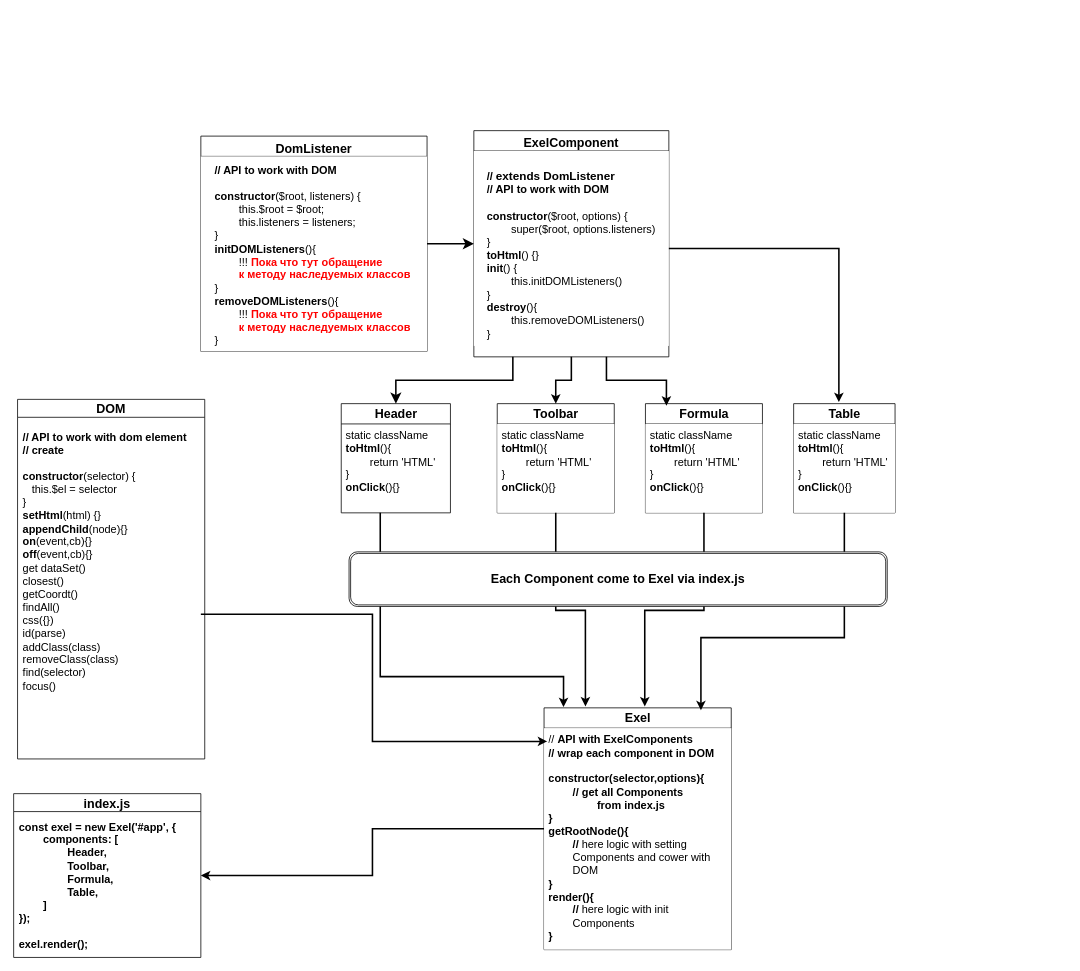
Above: Exel architec.drawio in BilionIevgeniy/exel-native (draw.io), before the change. Source tidied: cells renumbered, new cells numbered last; positions are measured from the earlier drawing's top-left corner, leaving out a move shared by most shapes. Both pictures are drawn from the tidied source at 78%, with x=0, y=0 at pixel (13, 130).
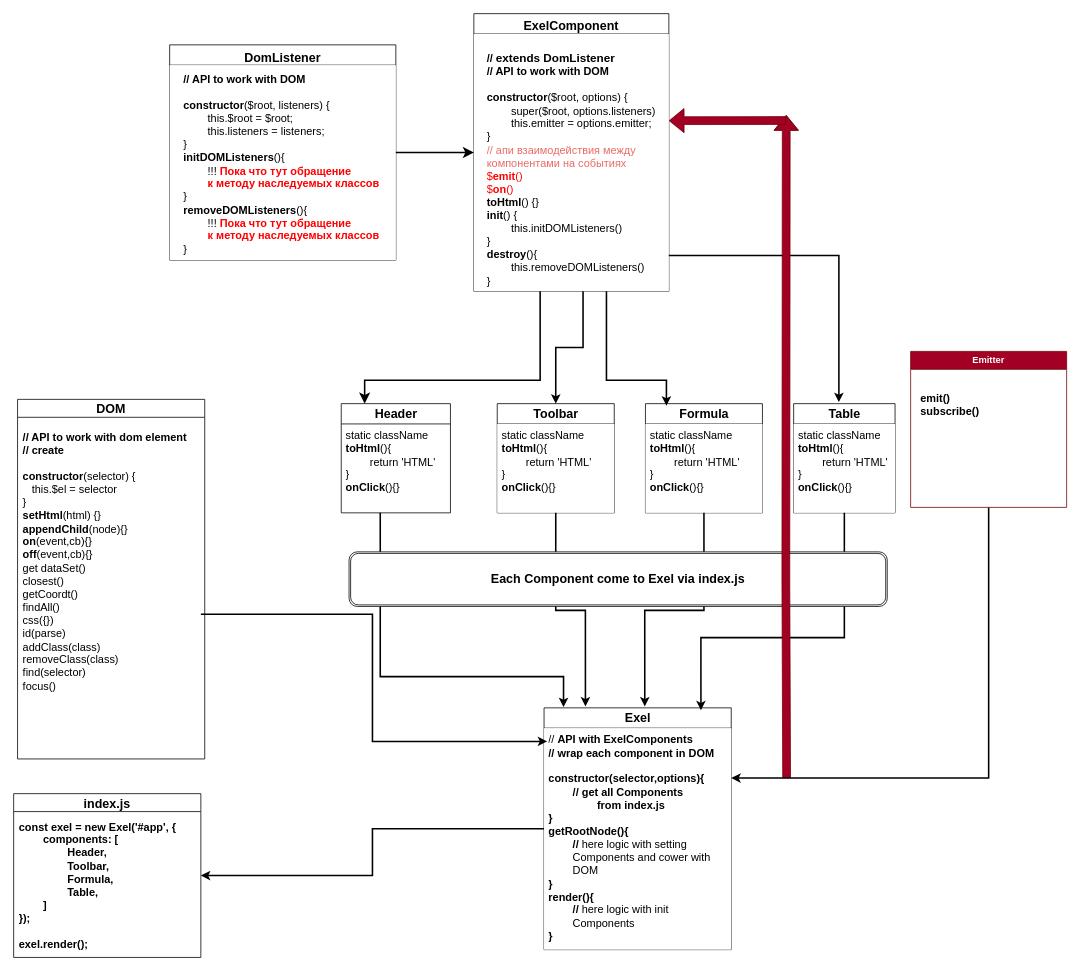
After the change.

The change refers to these unchanged cells:
```xml
<mxCell id="10" value="&lt;b&gt;&lt;font style=&quot;font-size: 16px;&quot;&gt;Exel&lt;/font&gt;&lt;/b&gt;" style="swimlane;fontStyle=0;horizontal=1;startSize=26;fillColor=none;html=1;" parent="1" vertex="1">
  <mxGeometry x="680" y="740" width="240" height="310" as="geometry" />
</mxCell>
<mxCell id="14" value="&lt;font style=&quot;font-size: 16px;&quot;&gt;&lt;b&gt;Header&lt;/b&gt;&lt;/font&gt;" style="swimlane;fontStyle=0;horizontal=1;startSize=26;fillColor=none;html=1;" parent="1" vertex="1">
  <mxGeometry x="420" y="350" width="140" height="140" as="geometry" />
</mxCell>
<mxCell id="16" value="&lt;span style=&quot;font-size: 16px;&quot;&gt;&lt;b&gt;Toolbar&lt;/b&gt;&lt;/span&gt;" style="swimlane;fontStyle=0;horizontal=1;startSize=26;fillColor=none;html=1;" parent="1" vertex="1">
  <mxGeometry x="620" y="350" width="150" height="140" as="geometry" />
</mxCell>
<mxCell id="20" value="&lt;span style=&quot;font-size: 16px;&quot;&gt;&lt;b&gt;Table&lt;/b&gt;&lt;/span&gt;" style="swimlane;fontStyle=0;horizontal=1;startSize=26;fillColor=none;html=1;" parent="1" vertex="1">
  <mxGeometry x="1000" y="350" width="130" height="140" as="geometry" />
</mxCell>
```

What changed in the source:
```diff
@@
     <mxCell id="2" value="DomListener" style="swimlane;fontStyle=1;align=center;verticalAlign=top;horizontal=1;startSize=26;rounded=0;shadow=0;strokeWidth=1;fontSize=16;spacingTop=0;" parent="1" vertex="1">
-      <mxGeometry x="240" y="7" width="290" height="276" as="geometry" />
+      <mxGeometry x="200" y="-110" width="290" height="276" as="geometry" />
     </mxCell>
@@
     <mxCell id="4" value="ExelComponent" style="swimlane;fontStyle=1;align=center;verticalAlign=top;horizontal=1;startSize=26;rounded=0;shadow=0;strokeWidth=1;fontSize=16;strokeColor=default;glass=0;labelBackgroundColor=none;labelBorderColor=none;gradientColor=none;" parent="1" vertex="1">
-      <mxGeometry x="590" width="250" height="290" as="geometry" />
+      <mxGeometry x="590" y="-150" width="250" height="356" as="geometry" />
     </mxCell>
-    <mxCell id="5" value="&lt;div style=&quot;font-size: 14px;&quot;&gt;&lt;b&gt;&lt;br&gt;&lt;/b&gt;&lt;/div&gt;&lt;div style=&quot;font-size: 14px;&quot;&gt;&lt;b&gt;//&amp;nbsp;&lt;/b&gt;&lt;span style=&quot;font-size: 15px; font-weight: 700; background-color: transparent; color: light-dark(rgb(0, 0, 0), rgb(255, 255, 255));&quot;&gt;extends DomListener&lt;/span&gt;&lt;/div&gt;&lt;div style=&quot;font-size: 14px;&quot;&gt;&lt;b&gt;// API to work with DOM&lt;/b&gt;&lt;/div&gt;&lt;div style=&quot;font-size: 14px;&quot;&gt;&lt;b&gt;&lt;br&gt;&lt;/b&gt;&lt;/div&gt;&lt;b style=&quot;font-size: 14px;&quot;&gt;constructor&lt;/b&gt;&lt;span style=&quot;font-size: 14px;&quot;&gt;($root, options) {&lt;/span&gt;&lt;div style=&quot;font-size: 14px;&quot;&gt;&lt;span style=&quot;white-space-collapse: preserve;&quot;&gt;&#9;&lt;/span&gt;super($root, options.listeners)&lt;/div&gt;&lt;div style=&quot;font-size: 14px;&quot;&gt;&lt;span style=&quot;background-color: transparent; color: light-dark(rgb(0, 0, 0), rgb(255, 255, 255));&quot;&gt;}&lt;/span&gt;&lt;/div&gt;&lt;div style=&quot;font-size: 14px;&quot;&gt;&lt;span style=&quot;background-color: transparent; color: light-dark(rgb(0, 0, 0), rgb(255, 255, 255));&quot;&gt;&lt;b&gt;toHtml&lt;/b&gt;() {}&lt;/span&gt;&lt;/div&gt;&lt;div style=&quot;font-size: 14px;&quot;&gt;&lt;span style=&quot;background-color: transparent; color: light-dark(rgb(0, 0, 0), rgb(255, 255, 255));&quot;&gt;&lt;b&gt;init&lt;/b&gt;() {&lt;/span&gt;&lt;/div&gt;&lt;div style=&quot;font-size: 14px;&quot;&gt;&lt;span style=&quot;background-color: transparent; color: light-dark(rgb(0, 0, 0), rgb(255, 255, 255));&quot;&gt;&lt;span style=&quot;white-space: pre;&quot;&gt;&#9;&lt;/span&gt;this.initDOMListeners()&lt;br&gt;&lt;/span&gt;&lt;/div&gt;&lt;div style=&quot;font-size: 14px;&quot;&gt;&lt;span style=&quot;background-color: transparent; color: light-dark(rgb(0, 0, 0), rgb(255, 255, 255));&quot;&gt;}&lt;/span&gt;&lt;/div&gt;&lt;div style=&quot;font-size: 14px;&quot;&gt;&lt;span style=&quot;background-color: transparent; color: light-dark(rgb(0, 0, 0), rgb(255, 255, 255));&quot;&gt;&lt;b&gt;destroy&lt;/b&gt;(){&lt;/span&gt;&lt;/div&gt;&lt;div style=&quot;font-size: 14px;&quot;&gt;&lt;span style=&quot;background-color: transparent; color: light-dark(rgb(0, 0, 0), rgb(255, 255, 255));&quot;&gt;&lt;span style=&quot;white-space: pre;&quot;&gt;&#9;&lt;/span&gt;this.removeDOMListeners()&lt;br&gt;&lt;/span&gt;&lt;/div&gt;&lt;div style=&quot;font-size: 14px;&quot;&gt;&lt;span style=&quot;background-color: transparent; color: light-dark(rgb(0, 0, 0), rgb(255, 255, 255));&quot;&gt;}&lt;/span&gt;&lt;/div&gt;" style="text;html=1;align=left;verticalAlign=middle;points=[];strokeColor=none;fillColor=default;spacingLeft=15;" parent="4" vertex="1">
-      <mxGeometry y="26" width="250" height="250" as="geometry" />
+    <mxCell id="5" value="&lt;div style=&quot;font-size: 14px;&quot;&gt;&lt;b&gt;&lt;br&gt;&lt;/b&gt;&lt;/div&gt;&lt;div style=&quot;font-size: 14px;&quot;&gt;&lt;b&gt;//&amp;nbsp;&lt;/b&gt;&lt;span style=&quot;font-size: 15px; font-weight: 700; background-color: transparent; color: light-dark(rgb(0, 0, 0), rgb(255, 255, 255));&quot;&gt;extends DomListener&lt;/span&gt;&lt;/div&gt;&lt;div style=&quot;font-size: 14px;&quot;&gt;&lt;b&gt;// API to work with DOM&lt;/b&gt;&lt;/div&gt;&lt;div style=&quot;font-size: 14px;&quot;&gt;&lt;b&gt;&lt;br&gt;&lt;/b&gt;&lt;/div&gt;&lt;b style=&quot;font-size: 14px;&quot;&gt;constructor&lt;/b&gt;&lt;span style=&quot;font-size: 14px;&quot;&gt;($root, options) {&lt;/span&gt;&lt;div style=&quot;font-size: 14px;&quot;&gt;&lt;span style=&quot;white-space-collapse: preserve;&quot;&gt;&#9;&lt;/span&gt;super($root, options.listeners)&lt;/div&gt;&lt;div style=&quot;font-size: 14px;&quot;&gt;&lt;span style=&quot;white-space: pre;&quot;&gt;&#9;&lt;/span&gt;this.emitter = options.emitter;&lt;br&gt;&lt;/div&gt;&lt;div style=&quot;font-size: 14px;&quot;&gt;&lt;span style=&quot;background-color: transparent; color: light-dark(rgb(0, 0, 0), rgb(255, 255, 255));&quot;&gt;}&lt;/span&gt;&lt;/div&gt;&lt;div style=&quot;font-size: 14px;&quot;&gt;&lt;font style=&quot;color: rgb(234, 107, 102);&quot;&gt;&lt;span style=&quot;background-color: transparent;&quot;&gt;// &lt;/span&gt;&lt;span style=&quot;background-color: transparent;&quot;&gt;&lt;font&gt;апи взаимодействия между&amp;nbsp;&lt;/font&gt;&lt;/span&gt;&lt;/font&gt;&lt;/div&gt;&lt;div style=&quot;font-size: 14px;&quot;&gt;&lt;span style=&quot;background-color: transparent;&quot;&gt;&lt;font style=&quot;color: rgb(234, 107, 102);&quot;&gt;компонентами на событиях&lt;/font&gt;&lt;/span&gt;&lt;/div&gt;&lt;div style=&quot;font-size: 14px;&quot;&gt;&lt;span style=&quot;background-color: transparent;&quot;&gt;&lt;font style=&quot;color: light-dark(rgb(255, 0, 0), rgb(255, 255, 255));&quot;&gt;$&lt;/font&gt;&lt;b style=&quot;&quot;&gt;&lt;font style=&quot;color: light-dark(rgb(255, 0, 0), rgb(255, 255, 255));&quot;&gt;emit&lt;/font&gt;&lt;/b&gt;&lt;font style=&quot;color: light-dark(rgb(255, 0, 0), rgb(255, 255, 255));&quot;&gt;()&lt;/font&gt;&lt;/span&gt;&lt;/div&gt;&lt;div style=&quot;font-size: 14px;&quot;&gt;&lt;span style=&quot;background-color: transparent;&quot;&gt;&lt;font style=&quot;color: light-dark(rgb(255, 0, 0), rgb(255, 255, 255));&quot;&gt;$&lt;/font&gt;&lt;b style=&quot;&quot;&gt;&lt;font style=&quot;color: light-dark(rgb(255, 0, 0), rgb(255, 255, 255));&quot;&gt;on&lt;/font&gt;&lt;/b&gt;&lt;font style=&quot;color: light-dark(rgb(255, 0, 0), rgb(255, 255, 255));&quot;&gt;()&lt;/font&gt;&lt;/span&gt;&lt;/div&gt;&lt;div style=&quot;font-size: 14px;&quot;&gt;&lt;span style=&quot;background-color: transparent; color: light-dark(rgb(0, 0, 0), rgb(255, 255, 255));&quot;&gt;&lt;b&gt;toHtml&lt;/b&gt;() {}&lt;/span&gt;&lt;/div&gt;&lt;div style=&quot;font-size: 14px;&quot;&gt;&lt;span style=&quot;background-color: transparent; color: light-dark(rgb(0, 0, 0), rgb(255, 255, 255));&quot;&gt;&lt;b&gt;init&lt;/b&gt;() {&lt;/span&gt;&lt;/div&gt;&lt;div style=&quot;font-size: 14px;&quot;&gt;&lt;span style=&quot;background-color: transparent; color: light-dark(rgb(0, 0, 0), rgb(255, 255, 255));&quot;&gt;&lt;span style=&quot;white-space: pre;&quot;&gt;&#9;&lt;/span&gt;this.initDOMListeners()&lt;br&gt;&lt;/span&gt;&lt;/div&gt;&lt;div style=&quot;font-size: 14px;&quot;&gt;&lt;span style=&quot;background-color: transparent; color: light-dark(rgb(0, 0, 0), rgb(255, 255, 255));&quot;&gt;}&lt;/span&gt;&lt;/div&gt;&lt;div style=&quot;font-size: 14px;&quot;&gt;&lt;span style=&quot;background-color: transparent; color: light-dark(rgb(0, 0, 0), rgb(255, 255, 255));&quot;&gt;&lt;b&gt;destroy&lt;/b&gt;(){&lt;/span&gt;&lt;/div&gt;&lt;div style=&quot;font-size: 14px;&quot;&gt;&lt;span style=&quot;background-color: transparent; color: light-dark(rgb(0, 0, 0), rgb(255, 255, 255));&quot;&gt;&lt;span style=&quot;white-space: pre;&quot;&gt;&#9;&lt;/span&gt;this.removeDOMListeners()&lt;br&gt;&lt;/span&gt;&lt;/div&gt;&lt;div style=&quot;font-size: 14px;&quot;&gt;&lt;span style=&quot;background-color: transparent; color: light-dark(rgb(0, 0, 0), rgb(255, 255, 255));&quot;&gt;}&lt;/span&gt;&lt;/div&gt;" style="text;html=1;align=left;verticalAlign=middle;points=[];strokeColor=none;fillColor=default;spacingLeft=15;" parent="4" vertex="1">
+      <mxGeometry y="26" width="250" height="330" as="geometry" />
     </mxCell>
@@
-    <mxCell id="22" style="edgeStyle=elbowEdgeStyle;elbow=vertical;endArrow=classic;html=1;curved=0;rounded=0;endSize=8;startSize=8;entryX=0.5;entryY=0;entryDx=0;entryDy=0;strokeWidth=2;" parent="1" edge="1" target="14">
+    <mxCell id="22" style="edgeStyle=elbowEdgeStyle;elbow=vertical;endArrow=classic;html=1;curved=0;rounded=0;endSize=8;startSize=8;entryX=0.5;entryY=0;entryDx=0;entryDy=0;strokeWidth=2;" parent="1" edge="1">
       <mxGeometry relative="1" as="geometry">
-        <mxPoint x="640" y="290" as="sourcePoint" />
+        <mxPoint x="675" y="206" as="sourcePoint" />
+        <mxPoint x="450" y="350" as="targetPoint" />
         <Array as="points">
-          <mxPoint x="480" y="320" />
+          <mxPoint x="440" y="320" />
         </Array>
       </mxGeometry>
     </mxCell>
@@
     <mxCell id="24" style="edgeStyle=orthogonalEdgeStyle;rounded=0;jettySize=auto;html=1;entryX=0.446;entryY=-0.014;entryDx=0;entryDy=0;entryPerimeter=0;strokeWidth=2;" parent="1" edge="1" source="5" target="20">
-      <mxGeometry relative="1" as="geometry" />
+      <mxGeometry relative="1" as="geometry">
+        <Array as="points">
+          <mxPoint x="1058" y="160" />
+        </Array>
+      </mxGeometry>
     </mxCell>
     <mxCell id="25" style="edgeStyle=orthogonalEdgeStyle;rounded=0;jettySize=auto;html=1;strokeWidth=2;" parent="1" edge="1" source="4" target="16">
-      <mxGeometry relative="1" as="geometry" />
+      <mxGeometry relative="1" as="geometry">
+        <Array as="points">
+          <mxPoint x="730" y="278" />
+          <mxPoint x="695" y="278" />
+        </Array>
+      </mxGeometry>
     </mxCell>
@@
+    <mxCell id="32" style="shape=flexArrow;endArrow=classic;html=1;rounded=0;fillColor=#a20025;strokeColor=#6F0000;" parent="1" edge="1">
+      <mxGeometry relative="1" as="geometry">
+        <mxPoint x="991" y="830" as="sourcePoint" />
+        <mxPoint x="990.5" y="-20" as="targetPoint" />
+        <Array as="points">
+          <mxPoint x="990" y="575" />
+        </Array>
+      </mxGeometry>
+    </mxCell>
+    <mxCell id="33" style="edgeStyle=orthogonalEdgeStyle;rounded=0;jettySize=auto;html=1;strokeWidth=2;" parent="1" edge="1" source="34" target="10">
+      <mxGeometry relative="1" as="geometry">
+        <Array as="points">
+          <mxPoint x="1250" y="830" />
+        </Array>
+      </mxGeometry>
+    </mxCell>
+    <mxCell id="34" value="Emitter" style="swimlane;whiteSpace=wrap;html=1;fillColor=#a20025;fontColor=#ffffff;strokeColor=#6F0000;" parent="1" vertex="1">
+      <mxGeometry x="1150" y="283" width="200" height="200" as="geometry" />
+    </mxCell>
+    <mxCell id="35" value="&lt;div style=&quot;text-align: left;&quot;&gt;&lt;b style=&quot;background-color: transparent; color: light-dark(rgb(0, 0, 0), rgb(255, 255, 255));&quot;&gt;&lt;font style=&quot;font-size: 14px;&quot;&gt;emit()&lt;/font&gt;&lt;/b&gt;&lt;/div&gt;&lt;div&gt;&lt;b&gt;&lt;font style=&quot;font-size: 14px;&quot;&gt;subscribe()&lt;/font&gt;&lt;/b&gt;&lt;/div&gt;" style="text;html=1;align=center;verticalAlign=middle;strokeColor=none;fillColor=none;strokeWidth=2;" parent="34" vertex="1">
+      <mxGeometry y="43" width="100" height="50" as="geometry" />
+    </mxCell>
+    <mxCell id="36" style="shape=flexArrow;endArrow=classic;html=1;rounded=0;entryX=1;entryY=0.337;entryDx=0;entryDy=0;entryPerimeter=0;fillColor=#a20025;strokeColor=#6F0000;" parent="1" edge="1" target="5">
+      <mxGeometry relative="1" as="geometry">
+        <mxPoint x="990" y="-13" as="sourcePoint" />
+      </mxGeometry>
+    </mxCell>
```
